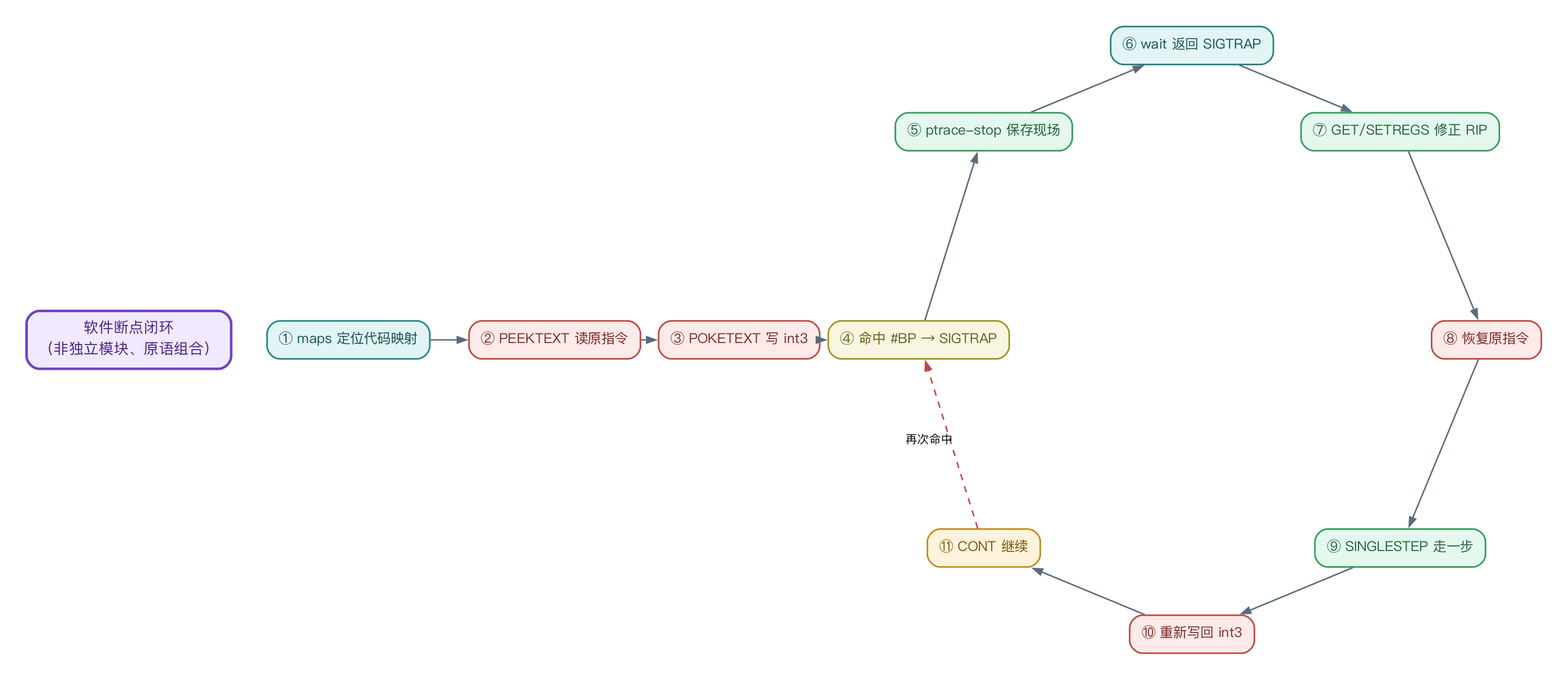
Earlier version of the Graphviz export research_practice/assets/09_breakpoint_loop.png (vvvvsv/asterinas). Its source is kept beside it as research_practice/assets/09_breakpoint_loop.dot.
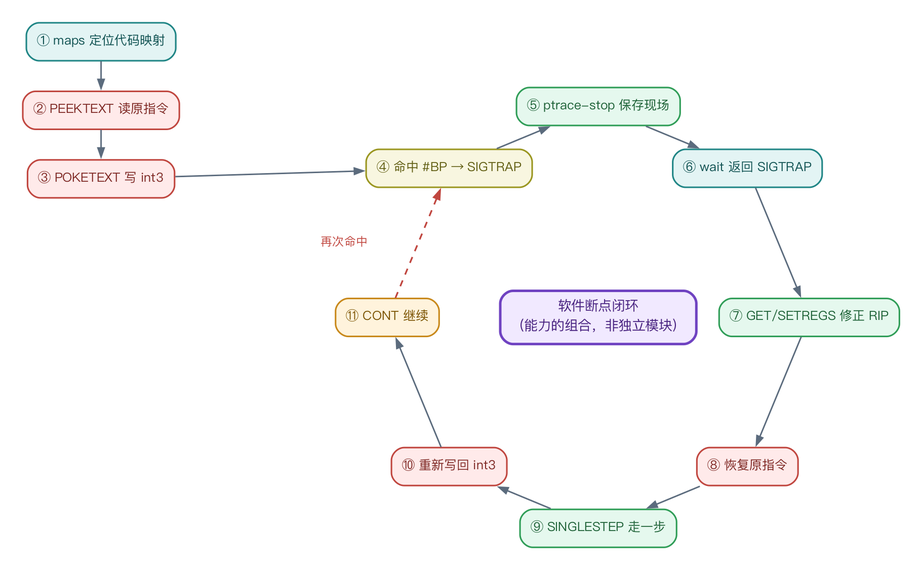
Later version of the same file.

The edit, as a diff of the source:
```diff
@@ -1,20 +1,19 @@
 digraph G {
-
-  graph [fontname="PingFang SC", bgcolor="white", pad="0.35", nodesep="0.45", ranksep="1.1", overlap=false, mindist="1.2"];
-  node  [fontname="PingFang SC", shape=box, style="rounded,filled", penwidth=1.5, margin="0.16,0.10", fontsize=13];
-  edge  [fontname="PingFang SC", color="#5b6b7d", penwidth=1.4, arrowsize=0.85, fontsize=11];
-  hub0 [label="软件断点闭环\n（非独立模块、原语组合）", fillcolor="#F1E9FF", color="#6F42C1", fontcolor="#48227f", penwidth="2.4", fontsize="14"];
-  b1 [label="① maps 定位代码映射", fillcolor="#E3F4F4", color="#1F8585", fontcolor="#0f5151"];
-  b2 [label="② PEEKTEXT 读原指令", fillcolor="#FFEAEA", color="#C0463F", fontcolor="#7d2723"];
-  b3 [label="③ POKETEXT 写 int3", fillcolor="#FFEAEA", color="#C0463F", fontcolor="#7d2723"];
-  b4 [label="④ 命中 #BP → SIGTRAP", fillcolor="#F8F6E0", color="#9A9620", fontcolor="#5f5c10"];
-  b5 [label="⑤ ptrace-stop 保存现场", fillcolor="#E5F8EE", color="#2F9D57", fontcolor="#1c6035"];
-  b6 [label="⑥ wait 返回 SIGTRAP", fillcolor="#E3F4F4", color="#1F8585", fontcolor="#0f5151"];
-  b7 [label="⑦ GET/SETREGS 修正 RIP", fillcolor="#E5F8EE", color="#2F9D57", fontcolor="#1c6035"];
-  b8 [label="⑧ 恢复原指令", fillcolor="#FFEAEA", color="#C0463F", fontcolor="#7d2723"];
-  b9 [label="⑨ SINGLESTEP 走一步", fillcolor="#E5F8EE", color="#2F9D57", fontcolor="#1c6035"];
-  b10 [label="⑩ 重新写回 int3", fillcolor="#FFEAEA", color="#C0463F", fontcolor="#7d2723"];
-  b11 [label="⑪ CONT 继续", fillcolor="#FFF3DC", color="#C8881A", fontcolor="#7a5200"];
+  graph [fontname="PingFang SC", bgcolor="white", pad="0.3", splines=true];
+  node [fontname="PingFang SC", shape=box, style="rounded,filled", penwidth=1.5, margin="0.14,0.09", fontsize=12];
+  edge [fontname="PingFang SC", color="#5b6b7d", penwidth=1.4, arrowsize=0.85, fontsize=11];
+  b1 [label="① maps 定位代码映射", fillcolor="#E3F4F4", color="#1F8585", fontcolor="#0f5151", pos="-41.4,561.4"];
+  b2 [label="② PEEKTEXT 读原指令", fillcolor="#FFEAEA", color="#C0463F", fontcolor="#7d2723", pos="-41.4,496.4"];
+  b3 [label="③ POKETEXT 写 int3", fillcolor="#FFEAEA", color="#C0463F", fontcolor="#7d2723", pos="-41.4,431.4"];
+  b4 [label="④ 命中 #BP → SIGTRAP", fillcolor="#F8F6E0", color="#9A9620", fontcolor="#5f5c10", pos="288.6,441.4"];
+  b5 [label="⑤ ptrace-stop 保存现场", fillcolor="#E5F8EE", color="#2F9D57", fontcolor="#1c6035", pos="430.0,500.0"];
+  b6 [label="⑥ wait 返回 SIGTRAP", fillcolor="#E3F4F4", color="#1F8585", fontcolor="#0f5151", pos="571.4,441.4"];
+  b7 [label="⑦ GET/SETREGS 修正 RIP", fillcolor="#E5F8EE", color="#2F9D57", fontcolor="#1c6035", pos="630.0,300.0"];
+  b8 [label="⑧ 恢复原指令", fillcolor="#FFEAEA", color="#C0463F", fontcolor="#7d2723", pos="571.4,158.6"];
+  b9 [label="⑨ SINGLESTEP 走一步", fillcolor="#E5F8EE", color="#2F9D57", fontcolor="#1c6035", pos="430.0,100.0"];
+  b10 [label="⑩ 重新写回 int3", fillcolor="#FFEAEA", color="#C0463F", fontcolor="#7d2723", pos="288.6,158.6"];
+  b11 [label="⑪ CONT 继续", fillcolor="#FFF3DC", color="#C8881A", fontcolor="#7a5200", pos="230.0,300.0"];
+  hub [label="软件断点闭环\n（能力的组合，非独立模块）", fillcolor="#F1E9FF", color="#6F42C1", fontcolor="#48227f", pos="430.0,300.0", penwidth="2.4", fontsize="13"];
   b1 -> b2;
   b2 -> b3;
   b3 -> b4;
@@ -25,6 +24,6 @@
   b8 -> b9;
   b9 -> b10;
   b10 -> b11;
-  b11 -> b4 [label="再次命中", style=dashed, color="#C0463F"];
-  b1 -> hub0 [style=invis];
+  b11 -> b4 [color="#C0463F", style="dashed", penwidth="1.6"];
+  fb [shape=box, style="filled", fillcolor="white", color="white", penwidth=0, margin="0.03,0.01", fontsize=11, fontcolor="#C0463F", pos="189.3,370.7", label="再次命中"];
 }
```
